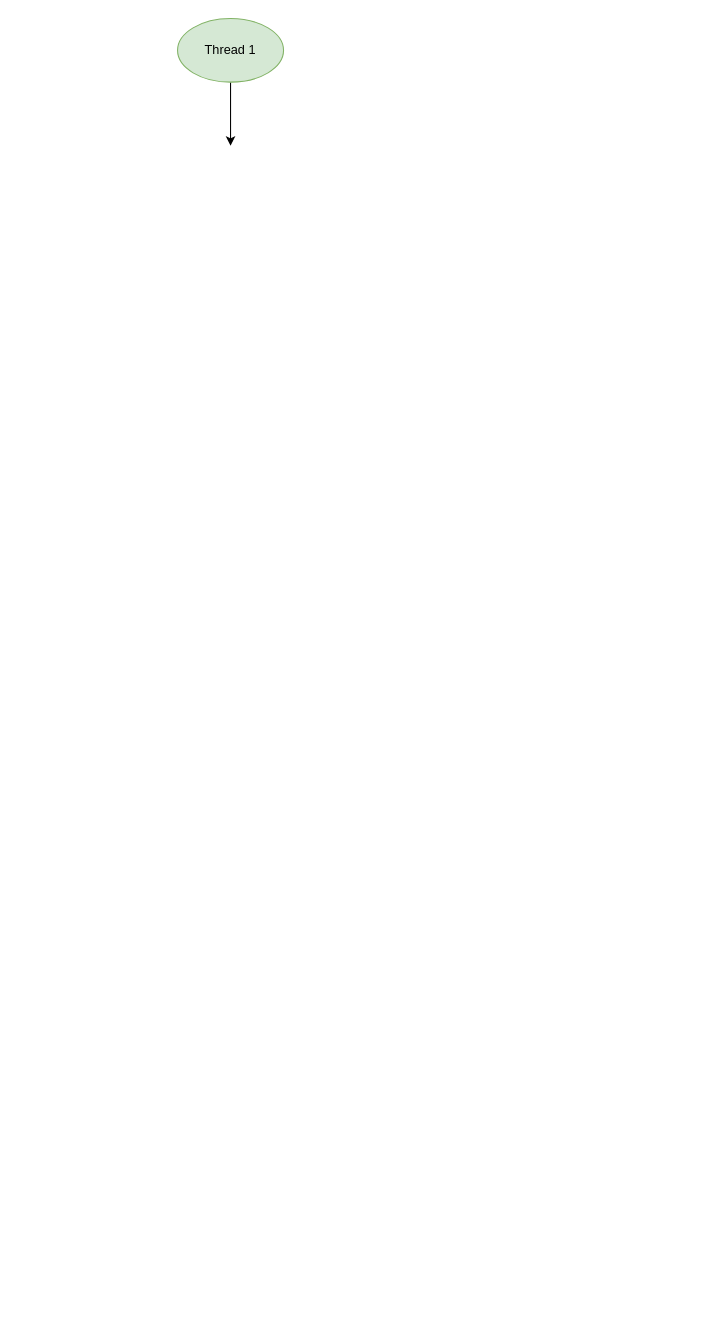
Earlier version of the draw.io diagram redis/read-write-differ.drawio (thebesteric/draw.io). Source tidied: cells renumbered, new cells numbered last; positions are measured from the earlier drawing's top-left corner, leaving out a move shared by most shapes. Both pictures are drawn from the tidied source at 106%, with x=0, y=0 at pixel (177, 18).
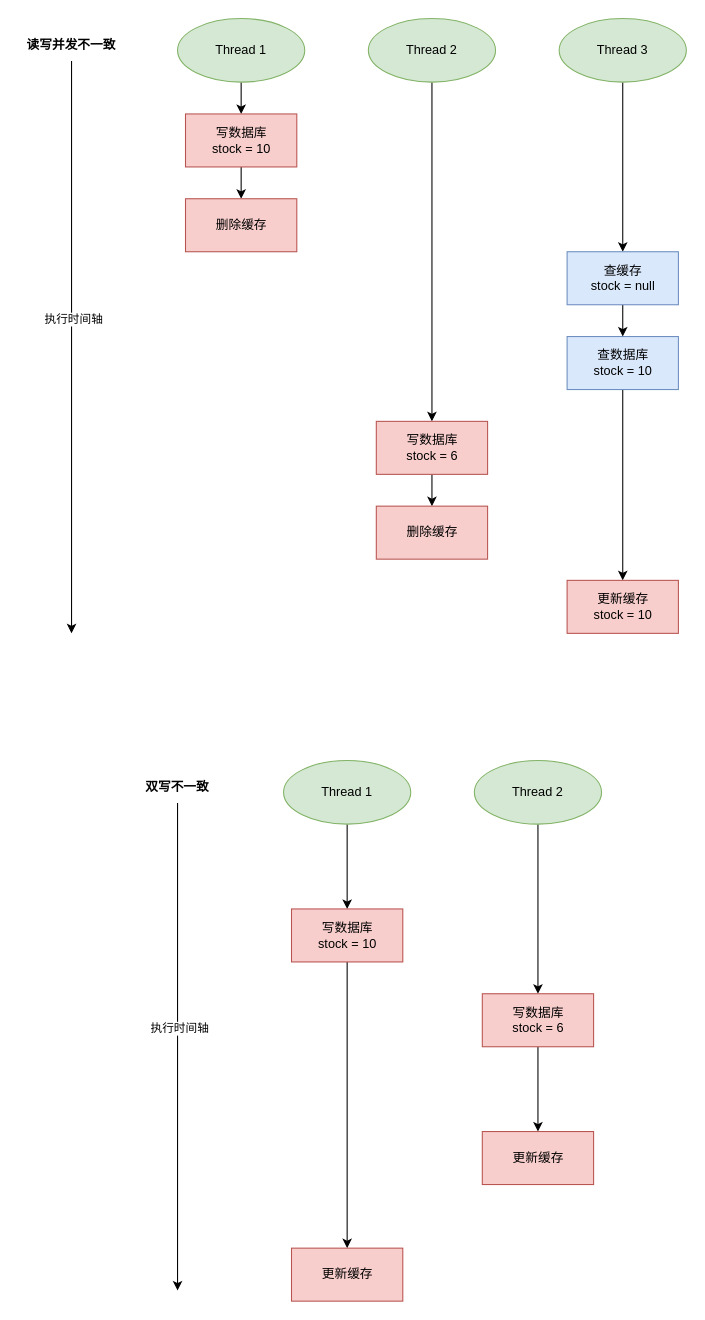
Above is the later version.

What changed in the source:
```diff
@@
-    <mxCell id="2" style="edgeStyle=orthogonalEdgeStyle;rounded=0;jettySize=auto;html=1;exitX=0.5;exitY=1;exitDx=0;exitDy=0;" parent="1" edge="1" source="3">
-      <mxGeometry relative="1" as="geometry">
-        <mxPoint x="50" y="120" as="targetPoint" />
-      </mxGeometry>
+    <mxCell id="2" style="edgeStyle=orthogonalEdgeStyle;rounded=0;jettySize=auto;html=1;exitX=0.5;exitY=1;exitDx=0;exitDy=0;entryX=0.5;entryY=0;entryDx=0;entryDy=0;" parent="1" edge="1" source="3" target="5">
+      <mxGeometry relative="1" as="geometry" />
     </mxCell>
     <mxCell id="3" value="Thread 1" style="ellipse;whiteSpace=wrap;html=1;fillColor=#d5e8d4;strokeColor=#82b366;" parent="1" vertex="1">
-      <mxGeometry width="100" height="60" as="geometry" />
+      <mxGeometry width="120" height="60" as="geometry" />
     </mxCell>
+    <mxCell id="4" style="edgeStyle=orthogonalEdgeStyle;curved=1;rounded=0;jettySize=auto;html=1;" parent="1" edge="1" source="5" target="6">
+      <mxGeometry relative="1" as="geometry" />
+    </mxCell>
+    <mxCell id="5" value="写数据库&lt;br&gt;stock = 10" style="rounded=0;whiteSpace=wrap;html=1;fillColor=#f8cecc;strokeColor=#b85450;" parent="1" vertex="1">
+      <mxGeometry x="7.5" y="90" width="105" height="50" as="geometry" />
+    </mxCell>
+    <mxCell id="6" value="删除缓存" style="whiteSpace=wrap;html=1;rounded=0;fillColor=#f8cecc;strokeColor=#b85450;" parent="1" vertex="1">
+      <mxGeometry x="7.5" y="170" width="105" height="50" as="geometry" />
+    </mxCell>
+    <mxCell id="7" style="edgeStyle=orthogonalEdgeStyle;rounded=0;jettySize=auto;html=1;exitX=0.5;exitY=1;exitDx=0;exitDy=0;entryX=0.5;entryY=0;entryDx=0;entryDy=0;" parent="1" edge="1" source="8" target="10">
+      <mxGeometry relative="1" as="geometry" />
+    </mxCell>
+    <mxCell id="8" value="Thread 2" style="ellipse;whiteSpace=wrap;html=1;fillColor=#d5e8d4;strokeColor=#82b366;" parent="1" vertex="1">
+      <mxGeometry x="180" width="120" height="60" as="geometry" />
+    </mxCell>
+    <mxCell id="9" style="edgeStyle=orthogonalEdgeStyle;curved=1;rounded=0;jettySize=auto;html=1;" parent="1" edge="1" source="10" target="11">
+      <mxGeometry relative="1" as="geometry" />
+    </mxCell>
+    <mxCell id="10" value="写数据库&lt;br&gt;stock = 6" style="rounded=0;whiteSpace=wrap;html=1;fillColor=#f8cecc;strokeColor=#b85450;" parent="1" vertex="1">
+      <mxGeometry x="187.5" y="380" width="105" height="50" as="geometry" />
+    </mxCell>
+    <mxCell id="11" value="删除缓存" style="whiteSpace=wrap;html=1;rounded=0;fillColor=#f8cecc;strokeColor=#b85450;" parent="1" vertex="1">
+      <mxGeometry x="187.5" y="460" width="105" height="50" as="geometry" />
+    </mxCell>
+    <mxCell id="12" style="edgeStyle=orthogonalEdgeStyle;rounded=0;jettySize=auto;html=1;exitX=0.5;exitY=1;exitDx=0;exitDy=0;entryX=0.5;entryY=0;entryDx=0;entryDy=0;" parent="1" edge="1" source="13" target="18">
+      <mxGeometry relative="1" as="geometry" />
+    </mxCell>
+    <mxCell id="13" value="Thread 3" style="ellipse;whiteSpace=wrap;html=1;fillColor=#d5e8d4;strokeColor=#82b366;" parent="1" vertex="1">
+      <mxGeometry x="360" width="120" height="60" as="geometry" />
+    </mxCell>
+    <mxCell id="14" style="edgeStyle=orthogonalEdgeStyle;curved=1;rounded=0;jettySize=auto;html=1;" parent="1" edge="1" source="15" target="16">
+      <mxGeometry relative="1" as="geometry" />
+    </mxCell>
+    <mxCell id="15" value="查数据库&lt;br&gt;stock = 10" style="rounded=0;whiteSpace=wrap;html=1;fillColor=#dae8fc;strokeColor=#6c8ebf;" parent="1" vertex="1">
+      <mxGeometry x="367.5" y="300" width="105" height="50" as="geometry" />
+    </mxCell>
+    <mxCell id="16" value="更新缓存&lt;br&gt;stock = 10" style="whiteSpace=wrap;html=1;rounded=0;fillColor=#f8cecc;strokeColor=#b85450;" parent="1" vertex="1">
+      <mxGeometry x="367.5" y="530" width="105" height="50" as="geometry" />
+    </mxCell>
+    <mxCell id="17" style="edgeStyle=orthogonalEdgeStyle;curved=1;rounded=0;jettySize=auto;html=1;exitX=0.5;exitY=1;exitDx=0;exitDy=0;" parent="1" edge="1" source="18" target="15">
+      <mxGeometry relative="1" as="geometry" />
+    </mxCell>
+    <mxCell id="18" value="查缓存&lt;br&gt;stock = null" style="rounded=0;whiteSpace=wrap;html=1;fillColor=#dae8fc;strokeColor=#6c8ebf;" parent="1" vertex="1">
+      <mxGeometry x="367.5" y="220" width="105" height="50" as="geometry" />
+    </mxCell>
+    <mxCell id="19" style="endArrow=classic;html=1;rounded=0;curved=1;exitX=0.5;exitY=1;exitDx=0;exitDy=0;" parent="1" edge="1" source="21">
+      <mxGeometry relative="1" as="geometry">
+        <mxPoint x="-100" y="580" as="targetPoint" />
+      </mxGeometry>
+    </mxCell>
+    <mxCell id="20" value="执行时间轴" style="edgeLabel;html=1;align=center;verticalAlign=middle;" parent="19" vertex="1">
+      <mxGeometry x="-0.23" y="1" relative="1" as="geometry">
+        <mxPoint y="35" as="offset" />
+      </mxGeometry>
+    </mxCell>
+    <mxCell id="21" value="读写并发不一致" style="text;html=1;strokeColor=none;fillColor=none;align=center;verticalAlign=middle;whiteSpace=wrap;rounded=0;fontStyle=1;" parent="1" vertex="1">
+      <mxGeometry x="-150" y="10" width="100" height="30" as="geometry" />
+    </mxCell>
+    <mxCell id="22" style="edgeStyle=orthogonalEdgeStyle;rounded=0;jettySize=auto;html=1;exitX=0.5;exitY=1;exitDx=0;exitDy=0;entryX=0.5;entryY=0;entryDx=0;entryDy=0;" parent="1" edge="1" source="23" target="25">
+      <mxGeometry relative="1" as="geometry" />
+    </mxCell>
+    <mxCell id="23" value="Thread 1" style="ellipse;whiteSpace=wrap;html=1;fillColor=#d5e8d4;strokeColor=#82b366;" parent="1" vertex="1">
+      <mxGeometry x="100" y="700" width="120" height="60" as="geometry" />
+    </mxCell>
+    <mxCell id="24" style="edgeStyle=orthogonalEdgeStyle;curved=1;rounded=0;jettySize=auto;html=1;" parent="1" edge="1" source="25" target="26">
+      <mxGeometry relative="1" as="geometry" />
+    </mxCell>
+    <mxCell id="25" value="写数据库&lt;br&gt;stock = 10" style="rounded=0;whiteSpace=wrap;html=1;fillColor=#f8cecc;strokeColor=#b85450;" parent="1" vertex="1">
+      <mxGeometry x="107.5" y="840" width="105" height="50" as="geometry" />
+    </mxCell>
+    <mxCell id="26" value="更新缓存" style="whiteSpace=wrap;html=1;rounded=0;fillColor=#f8cecc;strokeColor=#b85450;" parent="1" vertex="1">
+      <mxGeometry x="107.5" y="1160" width="105" height="50" as="geometry" />
+    </mxCell>
+    <mxCell id="27" style="edgeStyle=orthogonalEdgeStyle;rounded=0;jettySize=auto;html=1;exitX=0.5;exitY=1;exitDx=0;exitDy=0;entryX=0.5;entryY=0;entryDx=0;entryDy=0;" parent="1" edge="1" source="28" target="30">
+      <mxGeometry relative="1" as="geometry" />
+    </mxCell>
+    <mxCell id="28" value="Thread 2" style="ellipse;whiteSpace=wrap;html=1;fillColor=#d5e8d4;strokeColor=#82b366;" parent="1" vertex="1">
+      <mxGeometry x="280" y="700" width="120" height="60" as="geometry" />
+    </mxCell>
+    <mxCell id="29" style="edgeStyle=orthogonalEdgeStyle;curved=1;rounded=0;jettySize=auto;html=1;" parent="1" edge="1" source="30" target="31">
+      <mxGeometry relative="1" as="geometry" />
+    </mxCell>
+    <mxCell id="30" value="写数据库&lt;br&gt;stock = 6" style="rounded=0;whiteSpace=wrap;html=1;fillColor=#f8cecc;strokeColor=#b85450;" parent="1" vertex="1">
+      <mxGeometry x="287.5" y="920" width="105" height="50" as="geometry" />
+    </mxCell>
+    <mxCell id="31" value="更新缓存" style="whiteSpace=wrap;html=1;rounded=0;fillColor=#f8cecc;strokeColor=#b85450;" parent="1" vertex="1">
+      <mxGeometry x="287.5" y="1050" width="105" height="50" as="geometry" />
+    </mxCell>
+    <mxCell id="32" style="endArrow=classic;html=1;rounded=0;curved=1;exitX=0.5;exitY=1;exitDx=0;exitDy=0;" parent="1" edge="1" source="34">
+      <mxGeometry relative="1" as="geometry">
+        <mxPoint y="1200" as="targetPoint" />
+      </mxGeometry>
+    </mxCell>
+    <mxCell id="33" value="执行时间轴" style="edgeLabel;html=1;align=center;verticalAlign=middle;" parent="32" vertex="1">
+      <mxGeometry x="-0.23" y="1" relative="1" as="geometry">
+        <mxPoint y="35" as="offset" />
+      </mxGeometry>
+    </mxCell>
+    <mxCell id="34" value="双写不一致" style="text;html=1;strokeColor=none;fillColor=none;align=center;verticalAlign=middle;whiteSpace=wrap;rounded=0;fontStyle=1;" parent="1" vertex="1">
+      <mxGeometry x="-50" y="710" width="100" height="30" as="geometry" />
+    </mxCell>
```
